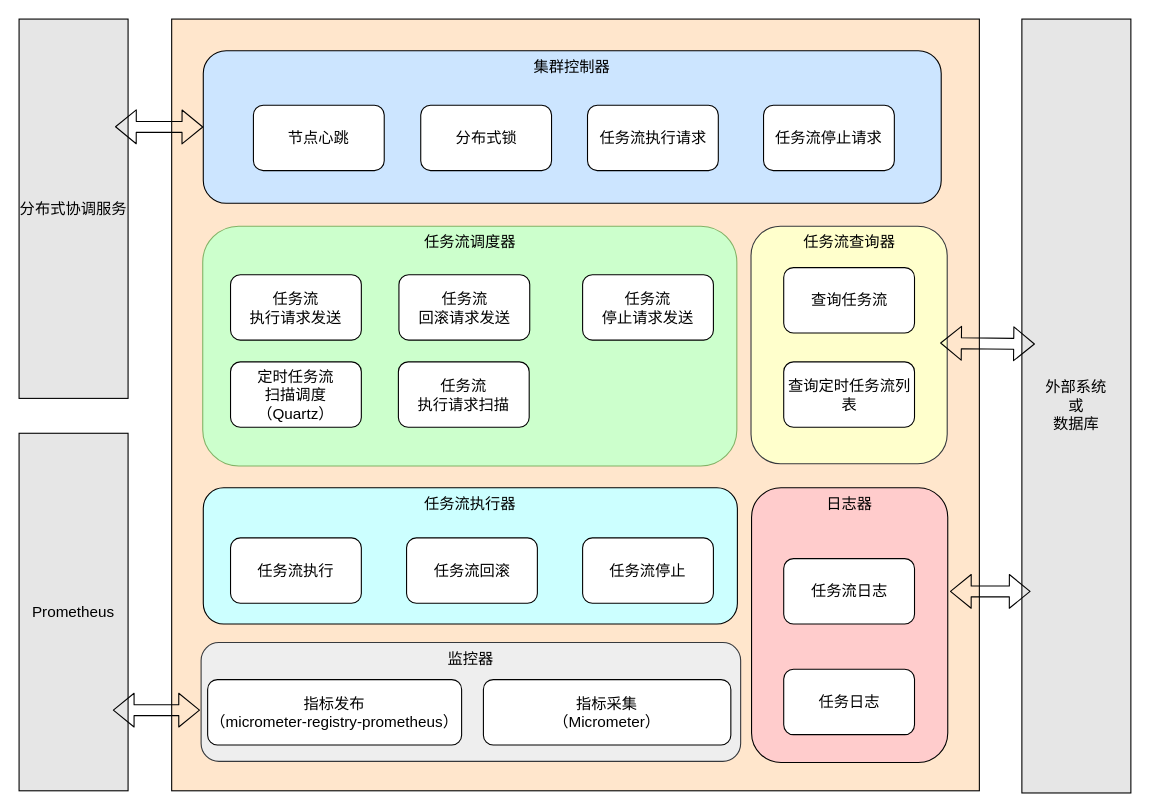
Before: docs/架构图.drawio in kpali/wolf-flow, a draw.io diagram. Source tidied: cells renumbered, new cells numbered last; positions are measured from the earlier drawing's top-left corner, leaving out a move shared by most shapes. Both pictures are drawn from the tidied source at 109%, with x=0, y=0 at pixel (19, 19).
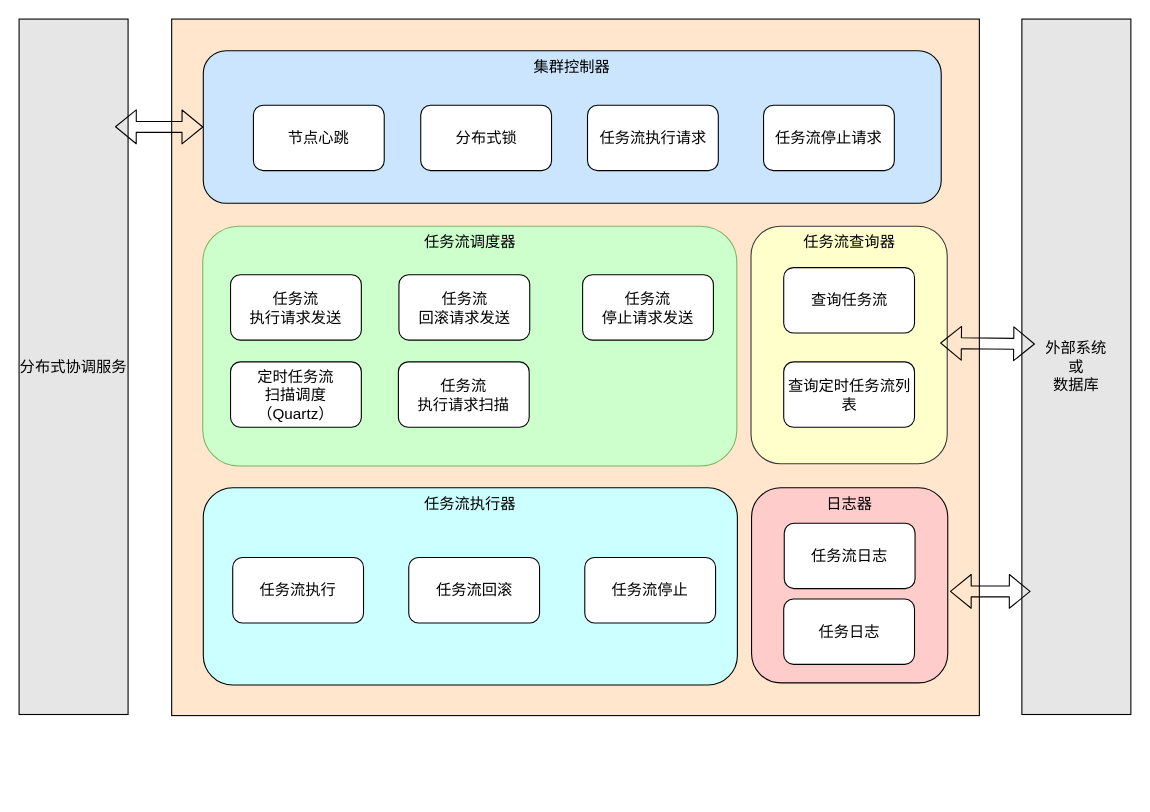
After the change.

What changed in the source:
```diff
@@
     <mxCell id="2" style="rounded=0;whiteSpace=wrap;html=1;fillColor=#FFE6CC;fontSize=14;" parent="1" vertex="1">
-      <mxGeometry x="140" width="741" height="708" as="geometry" />
+      <mxGeometry x="140" width="741" height="639" as="geometry" />
     </mxCell>
     <mxCell id="3" value="任务流执行器" style="rounded=1;whiteSpace=wrap;html=1;fillColor=#CCFFFF;verticalAlign=top;fontSize=14;" parent="1" vertex="1">
-      <mxGeometry x="169" y="430" width="490" height="125" as="geometry" />
+      <mxGeometry x="169" y="430" width="490" height="181" as="geometry" />
     </mxCell>
@@
     <mxCell id="16" value="日志器" style="rounded=1;whiteSpace=wrap;html=1;verticalAlign=top;fillColor=#FFCCCC;fontSize=14;" parent="1" vertex="1">
-      <mxGeometry x="672" y="430" width="180" height="252" as="geometry" />
+      <mxGeometry x="672" y="430" width="180" height="179" as="geometry" />
     </mxCell>
     <mxCell id="17" value="任务流日志" style="rounded=1;whiteSpace=wrap;html=1;fontSize=14;" parent="1" vertex="1">
-      <mxGeometry x="701.5" y="495" width="120" height="60" as="geometry" />
+      <mxGeometry x="702" y="462.5" width="120" height="60" as="geometry" />
     </mxCell>
     <mxCell id="18" value="任务日志" style="rounded=1;whiteSpace=wrap;html=1;fontSize=14;" parent="1" vertex="1">
-      <mxGeometry x="701.5" y="596.5" width="120" height="60" as="geometry" />
+      <mxGeometry x="701.5" y="532" width="120" height="60" as="geometry" />
     </mxCell>
     <mxCell id="19" value="任务流回滚" style="rounded=1;whiteSpace=wrap;html=1;fontSize=14;" parent="1" vertex="1">
-      <mxGeometry x="355.5" y="476" width="120" height="60" as="geometry" />
+      <mxGeometry x="357.5" y="494" width="120" height="60" as="geometry" />
     </mxCell>
     <mxCell id="20" value="任务流停止" style="rounded=1;whiteSpace=wrap;html=1;fontSize=14;" parent="1" vertex="1">
-      <mxGeometry x="517" y="476" width="120" height="60" as="geometry" />
+      <mxGeometry x="519" y="494" width="120" height="60" as="geometry" />
     </mxCell>
     <mxCell id="21" value="分布式协调服务" style="rounded=0;whiteSpace=wrap;html=1;fillColor=#E6E6E6;verticalAlign=middle;fontSize=14;" parent="1" vertex="1">
-      <mxGeometry width="100" height="348" as="geometry" />
+      <mxGeometry width="100" height="638" as="geometry" />
     </mxCell>
     <mxCell id="22" value="外部系统&lt;br style=&quot;font-size: 14px;&quot;&gt;或&lt;br style=&quot;font-size: 14px;&quot;&gt;数据库" style="rounded=0;whiteSpace=wrap;html=1;fillColor=#E6E6E6;fontSize=14;" parent="1" vertex="1">
-      <mxGeometry x="920" width="100" height="710" as="geometry" />
+      <mxGeometry x="920" width="100" height="638" as="geometry" />
     </mxCell>
@@
     <mxCell id="26" value="任务流执行" style="rounded=1;whiteSpace=wrap;html=1;fontSize=14;" parent="1" vertex="1">
-      <mxGeometry x="194" y="476" width="120" height="60" as="geometry" />
+      <mxGeometry x="196" y="494" width="120" height="60" as="geometry" />
     </mxCell>
@@
-    <mxCell id="29" value="Prometheus" style="rounded=0;whiteSpace=wrap;html=1;fillColor=#E6E6E6;verticalAlign=middle;fontSize=14;" parent="1" vertex="1">
-      <mxGeometry y="380" width="100" height="328" as="geometry" />
-    </mxCell>
-    <mxCell id="30" value="监控器" style="rounded=1;whiteSpace=wrap;html=1;fillColor=#eeeeee;verticalAlign=top;fontSize=14;strokeColor=#36393d;" parent="1" vertex="1">
-      <mxGeometry x="167" y="572" width="495" height="109" as="geometry" />
-    </mxCell>
-    <mxCell id="31" value="指标发布&lt;br&gt;（&lt;span&gt;micrometer-registry-prometheus&lt;/span&gt;&lt;span&gt;）&lt;/span&gt;" style="rounded=1;whiteSpace=wrap;html=1;fontSize=14;" parent="1" vertex="1">
-      <mxGeometry x="173" y="606" width="233" height="60" as="geometry" />
-    </mxCell>
-    <mxCell id="32" value="指标采集&lt;br&gt;（Micrometer）" style="rounded=1;whiteSpace=wrap;html=1;fontSize=14;" parent="1" vertex="1">
-      <mxGeometry x="426" y="606" width="227" height="60" as="geometry" />
-    </mxCell>
-    <mxCell id="33" style="shape=flexArrow;endArrow=classic;startArrow=classic;html=1;entryX=0;entryY=0.5;entryDx=0;entryDy=0;fontSize=14;" parent="1" edge="1">
-      <mxGeometry relative="1" as="geometry">
-        <mxPoint x="86" y="634" as="sourcePoint" />
-        <mxPoint x="166" y="634" as="targetPoint" />
-      </mxGeometry>
-    </mxCell>
```
